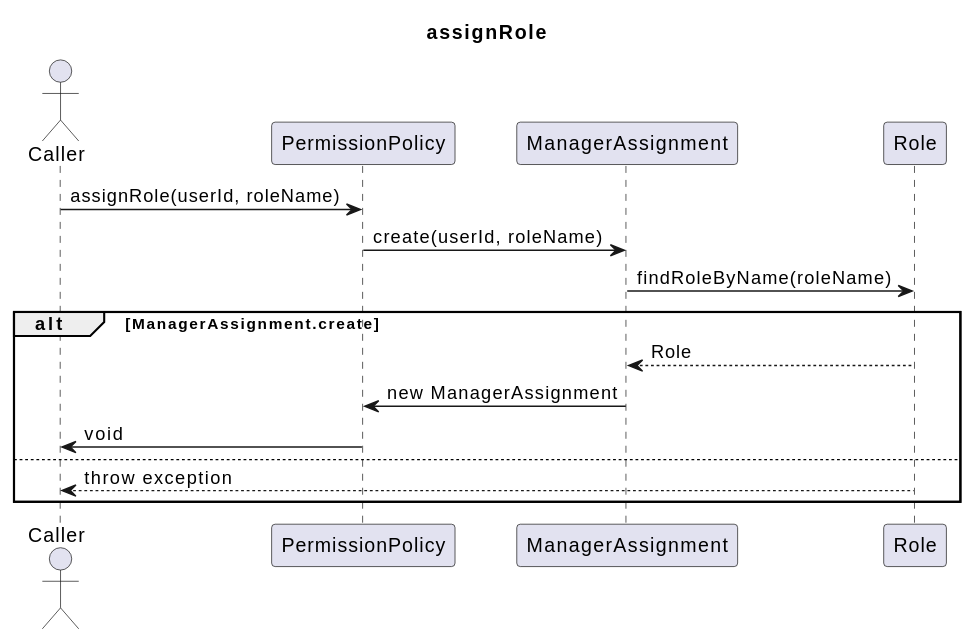
SimpleBoardTeam/server-hyunchang keeps this PlantUML diagram as document/puml/domain/permissioncontext/PermissionPolicy_assignRole.svg. Above is the earlier version. Source of this version:
```plantuml
@startuml
title assignRole

actor Caller
participant PermissionPolicy
participant ManagerAssignment
participant Role

Caller -> PermissionPolicy : assignRole(userId, roleName)

PermissionPolicy -> ManagerAssignment : create(userId, roleName)
ManagerAssignment -> Role : findRoleByName(roleName)
alt ManagerAssignment.create
  Role --> ManagerAssignment: Role
  ManagerAssignment -> PermissionPolicy : new ManagerAssignment
  PermissionPolicy -> Caller : void
else
  Role --> Caller: throw exception
end
@enduml
```
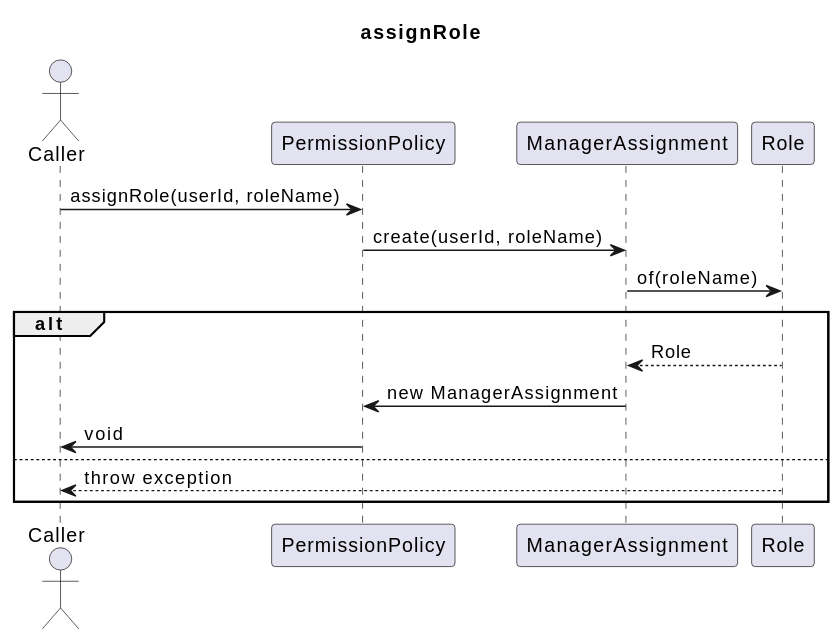
After the commit.

Commit message:
chore(diagram): auto-generate SVGs

Diff of the diagram source:
```diff
@@ -9,8 +9,8 @@
 Caller -> PermissionPolicy : assignRole(userId, roleName)
 
 PermissionPolicy -> ManagerAssignment : create(userId, roleName)
-ManagerAssignment -> Role : findRoleByName(roleName)
-alt ManagerAssignment.create
+ManagerAssignment -> Role : of(roleName)
+alt
   Role --> ManagerAssignment: Role
   ManagerAssignment -> PermissionPolicy : new ManagerAssignment
   PermissionPolicy -> Caller : void
```
